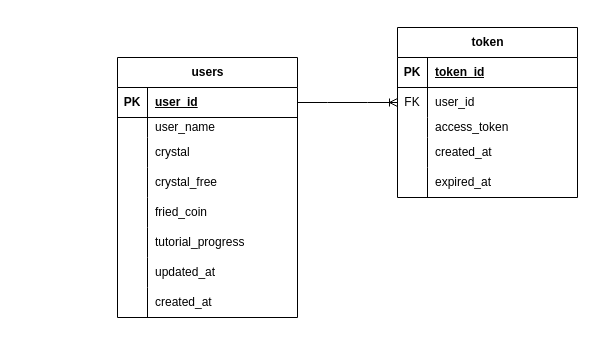
Before: docs/diagrams/ERs/er_diagram.drawio in BeppuKanato/Backend, a draw.io diagram. Source tidied: cells renumbered, new cells numbered last; positions are measured from the earlier drawing's top-left corner, leaving out a move shared by most shapes. Both pictures are drawn from the tidied source at 100%, with x=0, y=0 at pixel (117, 27).
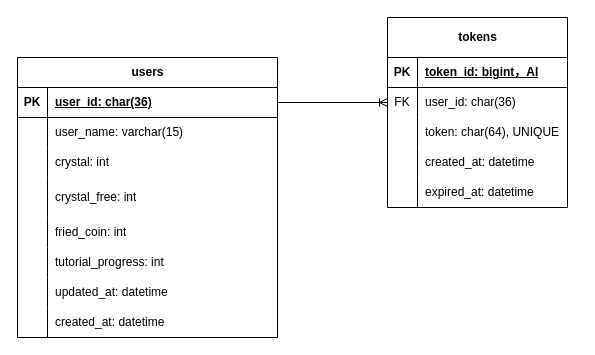
The same page after the edit.

The edit, as a diff of the source:
```diff
@@
     <mxCell id="2" value="users" style="shape=table;startSize=30;childLayout=tableLayout;rowLines=0;fontStyle=1;align=center;html=1;" parent="1" vertex="1">
-      <mxGeometry y="30" width="180" height="260" as="geometry" />
+      <mxGeometry x="-100" y="30" width="260" height="280" as="geometry" />
     </mxCell>
     <mxCell id="3" style="shape=tableRow;horizontal=0;startSize=0;swimlaneHead=0;swimlaneBody=0;fillColor=none;points=[[0,0.5],[1,0.5]];portConstraint=eastwest;top=0;left=0;right=0;bottom=1;" parent="2" vertex="1">
-      <mxGeometry y="30" width="180" height="30" as="geometry" />
+      <mxGeometry y="30" width="260" height="30" as="geometry" />
     </mxCell>
@@
-    <mxCell id="5" value="user_id" style="shape=partialRectangle;fillColor=none;top=0;left=0;bottom=0;right=0;align=left;spacingLeft=6;fontStyle=5;overflow=hidden;whiteSpace=wrap;html=1;" parent="3" vertex="1">
-      <mxGeometry x="30" width="150" height="30" as="geometry" />
+    <mxCell id="5" value="user_id: char(36)" style="shape=partialRectangle;fillColor=none;top=0;left=0;bottom=0;right=0;align=left;spacingLeft=6;fontStyle=5;overflow=hidden;whiteSpace=wrap;html=1;" parent="3" vertex="1">
+      <mxGeometry x="30" width="230" height="30" as="geometry" />
     </mxCell>
     <mxCell id="6" style="shape=tableRow;horizontal=0;startSize=0;swimlaneHead=0;swimlaneBody=0;fillColor=none;top=0;left=0;right=0;bottom=0;" parent="2" vertex="1">
-      <mxGeometry y="60" width="180" height="20" as="geometry" />
+      <mxGeometry y="60" width="260" height="30" as="geometry" />
     </mxCell>
     <mxCell id="7" style="shape=partialRectangle;fillColor=none;top=0;left=0;bottom=0;right=0;overflow=hidden;whiteSpace=wrap;html=1;" parent="6" vertex="1">
-      <mxGeometry width="30" height="20" as="geometry" />
+      <mxGeometry width="30" height="30" as="geometry" />
     </mxCell>
-    <mxCell id="8" value="user_name" style="shape=partialRectangle;fillColor=none;top=0;left=0;bottom=0;right=0;align=left;spacingLeft=6;overflow=hidden;whiteSpace=wrap;html=1;" parent="6" vertex="1">
-      <mxGeometry x="30" width="150" height="20" as="geometry" />
+    <mxCell id="8" value="user_name: varchar(15)" style="shape=partialRectangle;fillColor=none;top=0;left=0;bottom=0;right=0;align=left;spacingLeft=6;overflow=hidden;whiteSpace=wrap;html=1;" parent="6" vertex="1">
+      <mxGeometry x="30" width="230" height="30" as="geometry" />
     </mxCell>
     <mxCell id="9" style="shape=tableRow;horizontal=0;startSize=0;swimlaneHead=0;swimlaneBody=0;fillColor=none;top=0;left=0;right=0;bottom=0;" parent="2" vertex="1">
-      <mxGeometry y="80" width="180" height="30" as="geometry" />
+      <mxGeometry y="90" width="260" height="30" as="geometry" />
     </mxCell>
@@
-    <mxCell id="11" value="crystal" style="shape=partialRectangle;fillColor=none;top=0;left=0;bottom=0;right=0;align=left;spacingLeft=6;overflow=hidden;whiteSpace=wrap;html=1;" parent="9" vertex="1">
-      <mxGeometry x="30" width="150" height="30" as="geometry" />
+    <mxCell id="11" value="crystal: int" style="shape=partialRectangle;fillColor=none;top=0;left=0;bottom=0;right=0;align=left;spacingLeft=6;overflow=hidden;whiteSpace=wrap;html=1;" parent="9" vertex="1">
+      <mxGeometry x="30" width="230" height="30" as="geometry" />
     </mxCell>
     <mxCell id="12" style="shape=tableRow;horizontal=0;startSize=0;swimlaneHead=0;swimlaneBody=0;fillColor=none;top=0;left=0;right=0;bottom=0;" parent="2" vertex="1">
-      <mxGeometry y="110" width="180" height="30" as="geometry" />
+      <mxGeometry y="120" width="260" height="40" as="geometry" />
     </mxCell>
     <mxCell id="13" style="shape=partialRectangle;fillColor=none;top=0;left=0;bottom=0;right=0;overflow=hidden;whiteSpace=wrap;html=1;" parent="12" vertex="1">
-      <mxGeometry width="30" height="30" as="geometry" />
+      <mxGeometry width="30" height="40" as="geometry" />
     </mxCell>
-    <mxCell id="14" value="crystal_free" style="shape=partialRectangle;fillColor=none;top=0;left=0;bottom=0;right=0;align=left;spacingLeft=6;overflow=hidden;whiteSpace=wrap;html=1;" parent="12" vertex="1">
-      <mxGeometry x="30" width="150" height="30" as="geometry" />
+    <mxCell id="14" value="crystal_free: int" style="shape=partialRectangle;fillColor=none;top=0;left=0;bottom=0;right=0;align=left;spacingLeft=6;overflow=hidden;whiteSpace=wrap;html=1;" parent="12" vertex="1">
+      <mxGeometry x="30" width="230" height="40" as="geometry" />
     </mxCell>
     <mxCell id="15" style="shape=tableRow;horizontal=0;startSize=0;swimlaneHead=0;swimlaneBody=0;fillColor=none;top=0;left=0;right=0;bottom=0;" parent="2" vertex="1">
-      <mxGeometry y="140" width="180" height="30" as="geometry" />
+      <mxGeometry y="160" width="260" height="30" as="geometry" />
     </mxCell>
@@
-    <mxCell id="17" value="fried_coin" style="shape=partialRectangle;fillColor=none;top=0;left=0;bottom=0;right=0;align=left;spacingLeft=6;overflow=hidden;whiteSpace=wrap;html=1;" parent="15" vertex="1">
-      <mxGeometry x="30" width="150" height="30" as="geometry" />
+    <mxCell id="17" value="fried_coin: int" style="shape=partialRectangle;fillColor=none;top=0;left=0;bottom=0;right=0;align=left;spacingLeft=6;overflow=hidden;whiteSpace=wrap;html=1;" parent="15" vertex="1">
+      <mxGeometry x="30" width="230" height="30" as="geometry" />
     </mxCell>
     <mxCell id="18" style="shape=tableRow;horizontal=0;startSize=0;swimlaneHead=0;swimlaneBody=0;fillColor=none;top=0;left=0;right=0;bottom=0;" parent="2" vertex="1">
-      <mxGeometry y="170" width="180" height="30" as="geometry" />
+      <mxGeometry y="190" width="260" height="30" as="geometry" />
     </mxCell>
@@
-    <mxCell id="20" value="tutorial_progress" style="shape=partialRectangle;fillColor=none;top=0;left=0;bottom=0;right=0;align=left;spacingLeft=6;overflow=hidden;whiteSpace=wrap;html=1;" parent="18" vertex="1">
-      <mxGeometry x="30" width="150" height="30" as="geometry" />
+    <mxCell id="20" value="tutorial_progress: int" style="shape=partialRectangle;fillColor=none;top=0;left=0;bottom=0;right=0;align=left;spacingLeft=6;overflow=hidden;whiteSpace=wrap;html=1;" parent="18" vertex="1">
+      <mxGeometry x="30" width="230" height="30" as="geometry" />
     </mxCell>
     <mxCell id="21" style="shape=tableRow;horizontal=0;startSize=0;swimlaneHead=0;swimlaneBody=0;fillColor=none;top=0;left=0;right=0;bottom=0;" parent="2" vertex="1">
-      <mxGeometry y="200" width="180" height="30" as="geometry" />
+      <mxGeometry y="220" width="260" height="30" as="geometry" />
     </mxCell>
@@
-    <mxCell id="23" value="updated_at" style="shape=partialRectangle;fillColor=none;top=0;left=0;bottom=0;right=0;align=left;spacingLeft=6;overflow=hidden;whiteSpace=wrap;html=1;" parent="21" vertex="1">
-      <mxGeometry x="30" width="150" height="30" as="geometry" />
+    <mxCell id="23" value="updated_at: datetime" style="shape=partialRectangle;fillColor=none;top=0;left=0;bottom=0;right=0;align=left;spacingLeft=6;overflow=hidden;whiteSpace=wrap;html=1;" parent="21" vertex="1">
+      <mxGeometry x="30" width="230" height="30" as="geometry" />
     </mxCell>
     <mxCell id="24" style="shape=tableRow;horizontal=0;startSize=0;swimlaneHead=0;swimlaneBody=0;fillColor=none;top=0;left=0;right=0;bottom=0;" parent="2" vertex="1">
-      <mxGeometry y="230" width="180" height="30" as="geometry" />
+      <mxGeometry y="250" width="260" height="30" as="geometry" />
     </mxCell>
@@
-    <mxCell id="26" value="created_at" style="shape=partialRectangle;fillColor=none;top=0;left=0;bottom=0;right=0;align=left;spacingLeft=6;overflow=hidden;whiteSpace=wrap;html=1;" parent="24" vertex="1">
-      <mxGeometry x="30" width="150" height="30" as="geometry" />
+    <mxCell id="26" value="created_at: datetime" style="shape=partialRectangle;fillColor=none;top=0;left=0;bottom=0;right=0;align=left;spacingLeft=6;overflow=hidden;whiteSpace=wrap;html=1;" parent="24" vertex="1">
+      <mxGeometry x="30" width="230" height="30" as="geometry" />
     </mxCell>
-    <mxCell id="27" value="token" style="shape=table;startSize=30;childLayout=tableLayout;rowLines=0;fontStyle=1;align=center;html=1;" parent="1" vertex="1">
-      <mxGeometry x="280" width="180" height="170" as="geometry" />
+    <mxCell id="27" value="tokens" style="shape=table;startSize=40;childLayout=tableLayout;rowLines=0;fontStyle=1;align=center;html=1;" parent="1" vertex="1">
+      <mxGeometry x="270" y="-10" width="180" height="190" as="geometry" />
     </mxCell>
     <mxCell id="28" style="shape=tableRow;horizontal=0;startSize=0;swimlaneHead=0;swimlaneBody=0;fillColor=none;top=0;left=0;right=0;bottom=1;" parent="27" vertex="1">
-      <mxGeometry y="30" width="180" height="30" as="geometry" />
+      <mxGeometry y="40" width="180" height="30" as="geometry" />
     </mxCell>
@@
-    <mxCell id="30" value="token_id" style="shape=partialRectangle;fillColor=none;top=0;left=0;bottom=0;right=0;align=left;spacingLeft=6;fontStyle=5;overflow=hidden;whiteSpace=wrap;html=1;" parent="28" vertex="1">
+    <mxCell id="30" value="token_id: bigint，AI" style="shape=partialRectangle;fillColor=none;top=0;left=0;bottom=0;right=0;align=left;spacingLeft=6;fontStyle=5;overflow=hidden;whiteSpace=wrap;html=1;" parent="28" vertex="1">
       <mxGeometry x="30" width="150" height="30" as="geometry" />
     </mxCell>
     <mxCell id="31" style="shape=tableRow;horizontal=0;startSize=0;swimlaneHead=0;swimlaneBody=0;fillColor=none;points=[[0,0.5],[1,0.5]];portConstraint=eastwest;top=0;left=0;right=0;bottom=0;" parent="27" vertex="1">
-      <mxGeometry y="60" width="180" height="30" as="geometry" />
+      <mxGeometry y="70" width="180" height="30" as="geometry" />
     </mxCell>
@@
-    <mxCell id="33" value="user_id" style="shape=partialRectangle;fillColor=none;top=0;left=0;bottom=0;right=0;align=left;spacingLeft=6;overflow=hidden;whiteSpace=wrap;html=1;" parent="31" vertex="1">
+    <mxCell id="33" value="user_id: char(36)" style="shape=partialRectangle;fillColor=none;top=0;left=0;bottom=0;right=0;align=left;spacingLeft=6;overflow=hidden;whiteSpace=wrap;html=1;" parent="31" vertex="1">
       <mxGeometry x="30" width="150" height="30" as="geometry" />
     </mxCell>
     <mxCell id="34" style="shape=tableRow;horizontal=0;startSize=0;swimlaneHead=0;swimlaneBody=0;fillColor=none;top=0;left=0;right=0;bottom=0;" parent="27" vertex="1">
-      <mxGeometry y="90" width="180" height="20" as="geometry" />
+      <mxGeometry y="100" width="180" height="30" as="geometry" />
     </mxCell>
     <mxCell id="35" style="shape=partialRectangle;fillColor=none;top=0;left=0;bottom=0;right=0;overflow=hidden;whiteSpace=wrap;html=1;" parent="34" vertex="1">
-      <mxGeometry width="30" height="20" as="geometry" />
+      <mxGeometry width="30" height="30" as="geometry" />
     </mxCell>
-    <mxCell id="36" value="access_token" style="shape=partialRectangle;fillColor=none;top=0;left=0;bottom=0;right=0;align=left;spacingLeft=6;overflow=hidden;whiteSpace=wrap;html=1;" parent="34" vertex="1">
-      <mxGeometry x="30" width="150" height="20" as="geometry" />
+    <mxCell id="36" value="token: char(64), UNIQUE" style="shape=partialRectangle;fillColor=none;top=0;left=0;bottom=0;right=0;align=left;spacingLeft=6;overflow=hidden;whiteSpace=wrap;html=1;" parent="34" vertex="1">
+      <mxGeometry x="30" width="150" height="30" as="geometry" />
     </mxCell>
     <mxCell id="37" style="shape=tableRow;horizontal=0;startSize=0;swimlaneHead=0;swimlaneBody=0;fillColor=none;top=0;left=0;right=0;bottom=0;" parent="27" vertex="1">
-      <mxGeometry y="110" width="180" height="30" as="geometry" />
+      <mxGeometry y="130" width="180" height="30" as="geometry" />
     </mxCell>
@@
-    <mxCell id="39" value="created_at" style="shape=partialRectangle;fillColor=none;top=0;left=0;bottom=0;right=0;align=left;spacingLeft=6;overflow=hidden;whiteSpace=wrap;html=1;" parent="37" vertex="1">
+    <mxCell id="39" value="created_at: datetime" style="shape=partialRectangle;fillColor=none;top=0;left=0;bottom=0;right=0;align=left;spacingLeft=6;overflow=hidden;whiteSpace=wrap;html=1;" parent="37" vertex="1">
       <mxGeometry x="30" width="150" height="30" as="geometry" />
     </mxCell>
     <mxCell id="40" style="shape=tableRow;horizontal=0;startSize=0;swimlaneHead=0;swimlaneBody=0;fillColor=none;top=0;left=0;right=0;bottom=0;" parent="27" vertex="1">
-      <mxGeometry y="140" width="180" height="30" as="geometry" />
+      <mxGeometry y="160" width="180" height="30" as="geometry" />
     </mxCell>
@@
-    <mxCell id="42" value="expired_at" style="shape=partialRectangle;fillColor=none;top=0;left=0;bottom=0;right=0;align=left;spacingLeft=6;overflow=hidden;whiteSpace=wrap;html=1;" parent="40" vertex="1">
+    <mxCell id="42" value="expired_at: datetime" style="shape=partialRectangle;fillColor=none;top=0;left=0;bottom=0;right=0;align=left;spacingLeft=6;overflow=hidden;whiteSpace=wrap;html=1;" parent="40" vertex="1">
       <mxGeometry x="30" width="150" height="30" as="geometry" />
     </mxCell>
```
